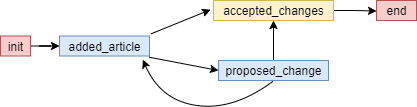
Earlier version of the draw.io export chaincode/design/images/Article_Drafting_State_v03.drawio.png (sfl0r3nz05/NLP-DLT). Source tidied: cells renumbered, new cells last; positions are measured from the earlier drawing's top-left corner, leaving out a move shared by most shapes.
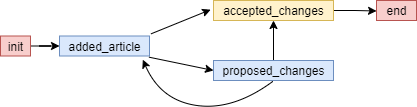
The same file after the commit.

The edit, as a diff of the source:
```diff
@@ -26,8 +26,8 @@
     <mxCell id="9" style="edgeStyle=orthogonalEdgeStyle;rounded=0;jettySize=auto;html=1;" parent="1" edge="1" source="10" target="7">
       <mxGeometry relative="1" as="geometry" />
     </mxCell>
-    <mxCell id="10" value="proposed_change" style="text;html=1;align=center;verticalAlign=middle;points=[];strokeColor=#6c8ebf;fillColor=#dae8fc;" parent="1" vertex="1">
-      <mxGeometry x="218" y="60" width="110" height="20" as="geometry" />
+    <mxCell id="10" value="proposed_changes" style="text;html=1;align=center;verticalAlign=middle;points=[];strokeColor=#6c8ebf;fillColor=#dae8fc;" parent="1" vertex="1">
+      <mxGeometry x="213" y="60" width="120" height="20" as="geometry" />
     </mxCell>
     <mxCell id="11" style="edgeStyle=none;rounded=0;jettySize=auto;html=1;entryX=0;entryY=0.5;entryDx=0;entryDy=0;entryPerimeter=0;exitX=0.994;exitY=1.058;exitDx=0;exitDy=0;exitPerimeter=0;" parent="1" edge="1" source="3" target="10">
       <mxGeometry relative="1" as="geometry" />
```
